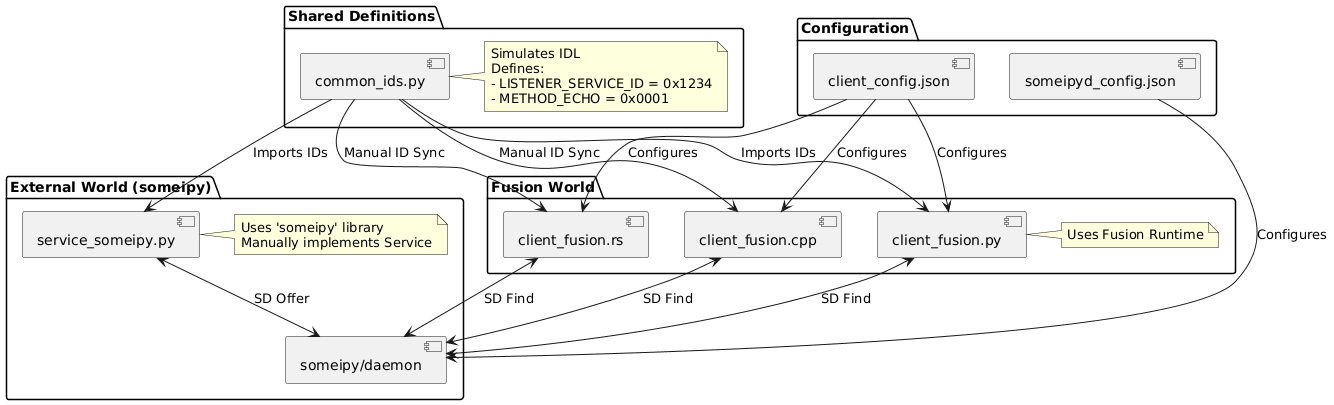
This is docs/images/someipy_demo_integration.png from arunj123/fusion-hawking, a PlantUML export, as it was before one commit. Its diagram source:
```plantuml
@startuml
skinparam componentStyle uml2

package "External World (someipy)" {
    [service_someipy.py] as ExtService
    [someipy/daemon] as Daemon

    note right of ExtService
        Uses 'someipy' library
        Manually implements Service
    end note
}

package "Fusion World" {
    [client_fusion.py] as PyClient
    [client_fusion.cpp] as CppClient
    [client_fusion.rs] as RustClient

    note right of PyClient
        Uses Fusion Runtime
    end note
}

package "Shared Definitions" {
    [common_ids.py] as CommonIDs
    note right of CommonIDs
        Simulates IDL
        Defines:
        - LISTENER_SERVICE_ID = 0x1234
        - METHOD_ECHO = 0x0001
    end note
}

package "Configuration" {
    [client_config.json] as FusionConfig
    [someipyd_config.json] as DaemonConfig
}

CommonIDs --> ExtService : Imports IDs
CommonIDs --> PyClient : Imports IDs
CommonIDs --> CppClient : Manual ID Sync
CommonIDs --> RustClient : Manual ID Sync

DaemonConfig --> Daemon : Configures
FusionConfig --> PyClient : Configures
FusionConfig --> CppClient : Configures
FusionConfig --> RustClient : Configures

ExtService <--> Daemon : SD Offer
PyClient <--> Daemon : SD Find
CppClient <--> Daemon : SD Find
RustClient <--> Daemon : SD Find
@enduml
```
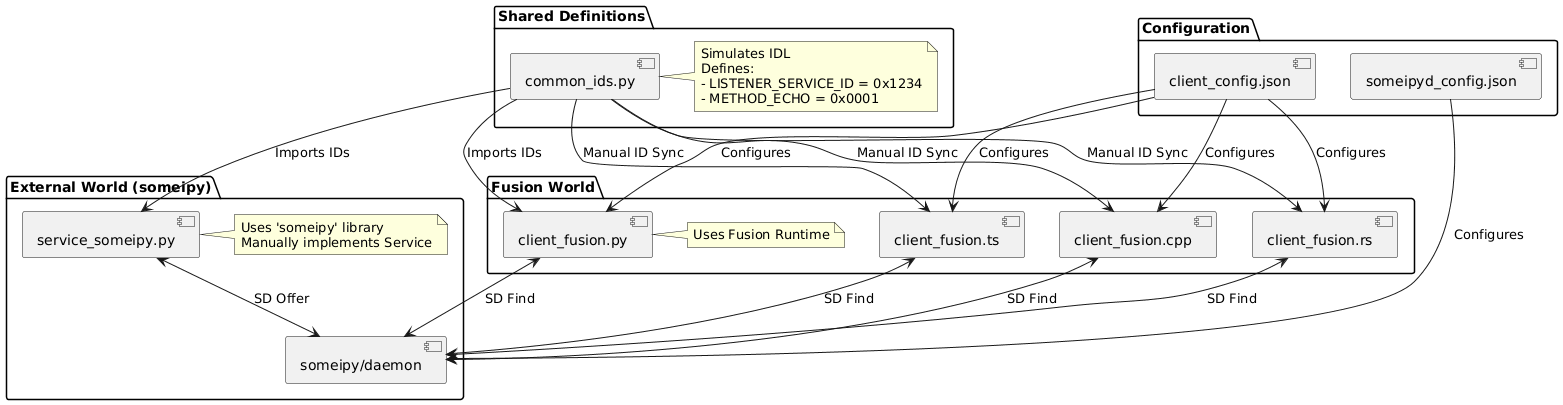
Later version of the same file.

The edit, as a diff of the source:
```diff
@@ -15,6 +15,7 @@
     [client_fusion.py] as PyClient
     [client_fusion.cpp] as CppClient
     [client_fusion.rs] as RustClient
+    [client_fusion.ts] as JsClient
 
     note right of PyClient
         Uses Fusion Runtime
@@ -40,14 +41,17 @@
 CommonIDs --> PyClient : Imports IDs
 CommonIDs --> CppClient : Manual ID Sync
 CommonIDs --> RustClient : Manual ID Sync
+CommonIDs --> JsClient : Manual ID Sync
 
 DaemonConfig --> Daemon : Configures
 FusionConfig --> PyClient : Configures
 FusionConfig --> CppClient : Configures
 FusionConfig --> RustClient : Configures
+FusionConfig --> JsClient : Configures
 
 ExtService <--> Daemon : SD Offer
 PyClient <--> Daemon : SD Find
 CppClient <--> Daemon : SD Find
 RustClient <--> Daemon : SD Find
+JsClient <--> Daemon : SD Find
 @enduml
```
